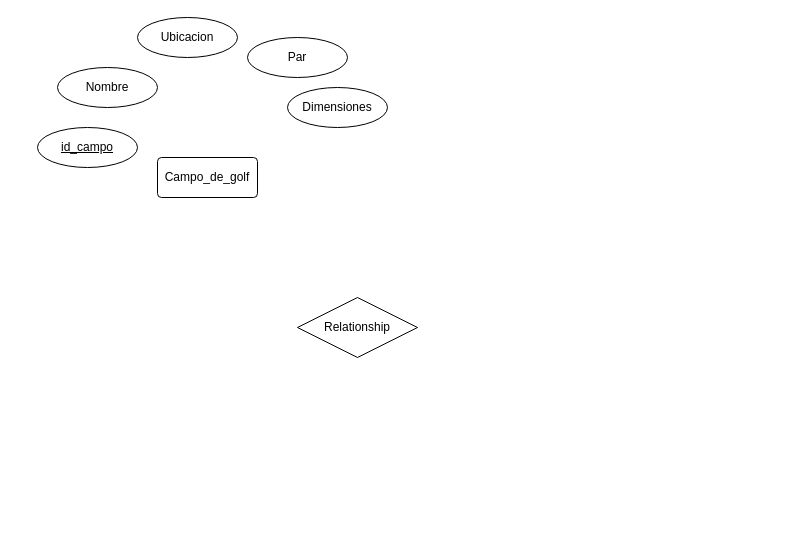
Mokius02/basesdedatos keeps this draw.io diagram as Campo_de_Golf.drawio. Above is the earlier version. Source tidied: cells renumbered, new cells numbered last; positions are measured from the earlier drawing's top-left corner, leaving out a move shared by most shapes. Both pictures are drawn from the tidied source at 100%, with x=0, y=0 at pixel (37, 17).
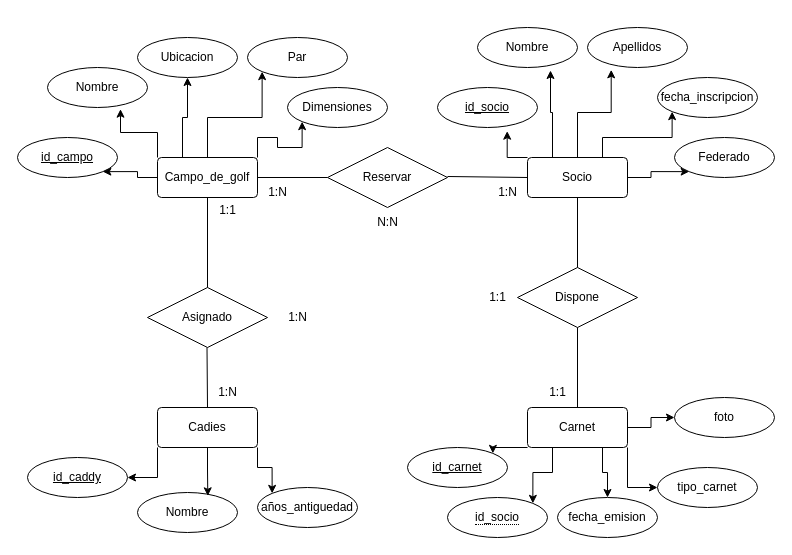
Above is the later version.

Unchanged cells that the change refers to:
```xml
<mxCell id="5" value="Campo_de_golf" style="rounded=1;arcSize=10;whiteSpace=wrap;html=1;align=center;" parent="1" vertex="1">
  <mxGeometry x="120" y="140" width="100" height="40" as="geometry" />
</mxCell>
<mxCell id="7" value="Par" style="ellipse;whiteSpace=wrap;html=1;align=center;" parent="1" vertex="1">
  <mxGeometry x="210" y="20" width="100" height="40" as="geometry" />
</mxCell>
<mxCell id="8" value="Dimensiones" style="ellipse;whiteSpace=wrap;html=1;align=center;" parent="1" vertex="1">
  <mxGeometry x="250" y="70" width="100" height="40" as="geometry" />
</mxCell>
```

What changed in the source:
```diff
@@
-    <mxCell id="2" value="Relationship" style="shape=rhombus;perimeter=rhombusPerimeter;whiteSpace=wrap;html=1;align=center;" parent="1" vertex="1">
-      <mxGeometry x="260" y="280" width="120" height="60" as="geometry" />
+    <mxCell id="2" value="Asignado" style="shape=rhombus;perimeter=rhombusPerimeter;whiteSpace=wrap;html=1;align=center;" parent="1" vertex="1">
+      <mxGeometry x="110" y="270" width="120" height="60" as="geometry" />
     </mxCell>
     <mxCell id="3" value="id_campo" style="ellipse;whiteSpace=wrap;html=1;align=center;fontStyle=4;" parent="1" vertex="1">
-      <mxGeometry y="110" width="100" height="40" as="geometry" />
+      <mxGeometry x="-20" y="120" width="100" height="40" as="geometry" />
     </mxCell>
     <mxCell id="4" value="Nombre" style="ellipse;whiteSpace=wrap;html=1;align=center;" parent="1" vertex="1">
-      <mxGeometry x="20" y="50" width="100" height="40" as="geometry" />
+      <mxGeometry x="10" y="50" width="100" height="40" as="geometry" />
     </mxCell>
+    <mxCell id="9" style="edgeStyle=orthogonalEdgeStyle;rounded=0;jettySize=auto;html=1;exitX=0;exitY=0.5;exitDx=0;exitDy=0;entryX=1;entryY=1;entryDx=0;entryDy=0;" parent="1" edge="1" source="5" target="3">
+      <mxGeometry relative="1" as="geometry" />
+    </mxCell>
+    <mxCell id="10" style="edgeStyle=orthogonalEdgeStyle;rounded=0;jettySize=auto;html=1;exitX=0.25;exitY=0;exitDx=0;exitDy=0;entryX=0.5;entryY=1;entryDx=0;entryDy=0;" parent="1" edge="1" source="5" target="6">
+      <mxGeometry relative="1" as="geometry" />
+    </mxCell>
+    <mxCell id="11" style="edgeStyle=orthogonalEdgeStyle;rounded=0;jettySize=auto;html=1;exitX=0.5;exitY=0;exitDx=0;exitDy=0;entryX=0;entryY=1;entryDx=0;entryDy=0;" parent="1" edge="1" source="5" target="7">
+      <mxGeometry relative="1" as="geometry" />
+    </mxCell>
+    <mxCell id="12" style="edgeStyle=orthogonalEdgeStyle;rounded=0;jettySize=auto;html=1;exitX=1;exitY=0;exitDx=0;exitDy=0;entryX=0;entryY=1;entryDx=0;entryDy=0;" parent="1" edge="1" source="5" target="8">
+      <mxGeometry relative="1" as="geometry" />
+    </mxCell>
@@
     <mxCell id="6" value="Ubicacion" style="ellipse;whiteSpace=wrap;html=1;align=center;" parent="1" vertex="1">
-      <mxGeometry x="100" width="100" height="40" as="geometry" />
+      <mxGeometry x="100" y="20" width="100" height="40" as="geometry" />
     </mxCell>
@@
+    <mxCell id="13" value="id_socio" style="ellipse;whiteSpace=wrap;html=1;align=center;fontStyle=4;" parent="1" vertex="1">
+      <mxGeometry x="400" y="70" width="100" height="40" as="geometry" />
+    </mxCell>
+    <mxCell id="14" value="Nombre" style="ellipse;whiteSpace=wrap;html=1;align=center;" parent="1" vertex="1">
+      <mxGeometry x="440" y="10" width="100" height="40" as="geometry" />
+    </mxCell>
+    <mxCell id="15" style="edgeStyle=orthogonalEdgeStyle;rounded=0;jettySize=auto;html=1;exitX=0.75;exitY=0;exitDx=0;exitDy=0;entryX=0;entryY=1;entryDx=0;entryDy=0;" parent="1" edge="1" source="17" target="19">
+      <mxGeometry relative="1" as="geometry" />
+    </mxCell>
+    <mxCell id="16" style="edgeStyle=orthogonalEdgeStyle;rounded=0;jettySize=auto;html=1;exitX=1;exitY=0.5;exitDx=0;exitDy=0;entryX=0;entryY=1;entryDx=0;entryDy=0;" parent="1" edge="1" source="17" target="20">
+      <mxGeometry relative="1" as="geometry" />
+    </mxCell>
+    <mxCell id="17" value="Socio" style="rounded=1;arcSize=10;whiteSpace=wrap;html=1;align=center;" parent="1" vertex="1">
+      <mxGeometry x="490" y="140" width="100" height="40" as="geometry" />
+    </mxCell>
+    <mxCell id="18" value="Apellidos" style="ellipse;whiteSpace=wrap;html=1;align=center;" parent="1" vertex="1">
+      <mxGeometry x="550" y="10" width="100" height="40" as="geometry" />
+    </mxCell>
+    <mxCell id="19" value="fecha_inscripcion" style="ellipse;whiteSpace=wrap;html=1;align=center;" parent="1" vertex="1">
+      <mxGeometry x="620" y="60" width="100" height="40" as="geometry" />
+    </mxCell>
+    <mxCell id="20" value="Federado" style="ellipse;whiteSpace=wrap;html=1;align=center;" parent="1" vertex="1">
+      <mxGeometry x="637" y="120" width="100" height="40" as="geometry" />
+    </mxCell>
+    <mxCell id="21" value="id_carnet" style="ellipse;whiteSpace=wrap;html=1;align=center;fontStyle=4;" parent="1" vertex="1">
+      <mxGeometry x="370" y="430" width="100" height="40" as="geometry" />
+    </mxCell>
+    <mxCell id="22" style="edgeStyle=orthogonalEdgeStyle;rounded=0;jettySize=auto;html=1;exitX=1;exitY=0.5;exitDx=0;exitDy=0;" parent="1" edge="1" source="27" target="30">
+      <mxGeometry relative="1" as="geometry" />
+    </mxCell>
+    <mxCell id="23" style="edgeStyle=orthogonalEdgeStyle;rounded=0;jettySize=auto;html=1;exitX=1;exitY=1;exitDx=0;exitDy=0;entryX=0;entryY=0.5;entryDx=0;entryDy=0;" parent="1" edge="1" source="27" target="29">
+      <mxGeometry relative="1" as="geometry" />
+    </mxCell>
+    <mxCell id="24" style="edgeStyle=orthogonalEdgeStyle;rounded=0;jettySize=auto;html=1;exitX=0.75;exitY=1;exitDx=0;exitDy=0;entryX=0.5;entryY=0;entryDx=0;entryDy=0;" parent="1" edge="1" source="27" target="28">
+      <mxGeometry relative="1" as="geometry" />
+    </mxCell>
+    <mxCell id="25" style="edgeStyle=orthogonalEdgeStyle;rounded=0;jettySize=auto;html=1;exitX=0.25;exitY=1;exitDx=0;exitDy=0;entryX=1;entryY=0;entryDx=0;entryDy=0;" parent="1" edge="1" source="27" target="31">
+      <mxGeometry relative="1" as="geometry" />
+    </mxCell>
+    <mxCell id="26" style="edgeStyle=orthogonalEdgeStyle;rounded=0;jettySize=auto;html=1;exitX=0;exitY=1;exitDx=0;exitDy=0;entryX=1;entryY=0;entryDx=0;entryDy=0;" parent="1" edge="1" source="27" target="21">
+      <mxGeometry relative="1" as="geometry" />
+    </mxCell>
+    <mxCell id="27" value="Carnet" style="rounded=1;arcSize=10;whiteSpace=wrap;html=1;align=center;" parent="1" vertex="1">
+      <mxGeometry x="490" y="390" width="100" height="40" as="geometry" />
+    </mxCell>
+    <mxCell id="28" value="fecha_emision" style="ellipse;whiteSpace=wrap;html=1;align=center;" parent="1" vertex="1">
+      <mxGeometry x="520" y="480" width="100" height="40" as="geometry" />
+    </mxCell>
+    <mxCell id="29" value="tipo_carnet" style="ellipse;whiteSpace=wrap;html=1;align=center;" parent="1" vertex="1">
+      <mxGeometry x="620" y="450" width="100" height="40" as="geometry" />
+    </mxCell>
+    <mxCell id="30" value="foto" style="ellipse;whiteSpace=wrap;html=1;align=center;" parent="1" vertex="1">
+      <mxGeometry x="637" y="380" width="100" height="40" as="geometry" />
+    </mxCell>
+    <mxCell id="31" value="&lt;span style=&quot;border-bottom: 1px dotted&quot;&gt;id_socio&lt;/span&gt;" style="ellipse;whiteSpace=wrap;html=1;align=center;" parent="1" vertex="1">
+      <mxGeometry x="410" y="480" width="100" height="40" as="geometry" />
+    </mxCell>
+    <mxCell id="32" value="id_caddy" style="ellipse;whiteSpace=wrap;html=1;align=center;fontStyle=4;" parent="1" vertex="1">
+      <mxGeometry x="-10" y="440" width="100" height="40" as="geometry" />
+    </mxCell>
+    <mxCell id="33" style="edgeStyle=orthogonalEdgeStyle;rounded=0;jettySize=auto;html=1;exitX=1;exitY=1;exitDx=0;exitDy=0;entryX=0;entryY=0;entryDx=0;entryDy=0;" parent="1" edge="1" source="35" target="37">
+      <mxGeometry relative="1" as="geometry" />
+    </mxCell>
+    <mxCell id="34" style="edgeStyle=orthogonalEdgeStyle;rounded=0;jettySize=auto;html=1;exitX=0;exitY=1;exitDx=0;exitDy=0;entryX=1;entryY=0.5;entryDx=0;entryDy=0;" parent="1" edge="1" source="35" target="32">
+      <mxGeometry relative="1" as="geometry" />
+    </mxCell>
+    <mxCell id="35" value="Cadies" style="rounded=1;arcSize=10;whiteSpace=wrap;html=1;align=center;" parent="1" vertex="1">
+      <mxGeometry x="120" y="390" width="100" height="40" as="geometry" />
+    </mxCell>
+    <mxCell id="36" value="Nombre" style="ellipse;whiteSpace=wrap;html=1;align=center;" parent="1" vertex="1">
+      <mxGeometry x="100" y="475" width="100" height="40" as="geometry" />
+    </mxCell>
+    <mxCell id="37" value="años_antiguedad" style="ellipse;whiteSpace=wrap;html=1;align=center;" parent="1" vertex="1">
+      <mxGeometry x="220" y="470" width="100" height="40" as="geometry" />
+    </mxCell>
+    <mxCell id="38" value="Reservar" style="shape=rhombus;perimeter=rhombusPerimeter;whiteSpace=wrap;html=1;align=center;" parent="1" vertex="1">
+      <mxGeometry x="290" y="130" width="120" height="60" as="geometry" />
+    </mxCell>
+    <mxCell id="39" value="Dispone" style="shape=rhombus;perimeter=rhombusPerimeter;whiteSpace=wrap;html=1;align=center;" parent="1" vertex="1">
+      <mxGeometry x="480" y="250" width="120" height="60" as="geometry" />
+    </mxCell>
+    <mxCell id="40" style="edgeStyle=orthogonalEdgeStyle;rounded=0;jettySize=auto;html=1;exitX=0;exitY=0;exitDx=0;exitDy=0;entryX=0.73;entryY=1.042;entryDx=0;entryDy=0;entryPerimeter=0;" parent="1" edge="1" source="5" target="4">
+      <mxGeometry relative="1" as="geometry" />
+    </mxCell>
+    <mxCell id="41" style="edgeStyle=orthogonalEdgeStyle;rounded=0;jettySize=auto;html=1;exitX=0;exitY=0;exitDx=0;exitDy=0;entryX=0.697;entryY=1.092;entryDx=0;entryDy=0;entryPerimeter=0;" parent="1" edge="1" source="17" target="13">
+      <mxGeometry relative="1" as="geometry" />
+    </mxCell>
+    <mxCell id="42" style="edgeStyle=orthogonalEdgeStyle;rounded=0;jettySize=auto;html=1;exitX=0.25;exitY=0;exitDx=0;exitDy=0;entryX=0.73;entryY=1.075;entryDx=0;entryDy=0;entryPerimeter=0;" parent="1" edge="1" source="17" target="14">
+      <mxGeometry relative="1" as="geometry" />
+    </mxCell>
+    <mxCell id="43" style="edgeStyle=orthogonalEdgeStyle;rounded=0;jettySize=auto;html=1;exitX=0.5;exitY=0;exitDx=0;exitDy=0;entryX=0.237;entryY=1.058;entryDx=0;entryDy=0;entryPerimeter=0;" parent="1" edge="1" source="17" target="18">
+      <mxGeometry relative="1" as="geometry" />
+    </mxCell>
+    <mxCell id="44" style="edgeStyle=orthogonalEdgeStyle;rounded=0;jettySize=auto;html=1;exitX=0.5;exitY=1;exitDx=0;exitDy=0;entryX=0.703;entryY=0.083;entryDx=0;entryDy=0;entryPerimeter=0;" parent="1" edge="1" source="35" target="36">
+      <mxGeometry relative="1" as="geometry" />
+    </mxCell>
+    <mxCell id="45" style="endArrow=none;html=1;rounded=0;exitX=1;exitY=0.5;exitDx=0;exitDy=0;" parent="1" edge="1" source="5" target="38">
+      <mxGeometry relative="1" as="geometry" />
+    </mxCell>
+    <mxCell id="46" style="endArrow=none;html=1;rounded=0;exitX=1;exitY=0.5;exitDx=0;exitDy=0;entryX=0;entryY=0.5;entryDx=0;entryDy=0;" parent="1" edge="1" target="17">
+      <mxGeometry relative="1" as="geometry">
+        <mxPoint x="410" y="159" as="sourcePoint" />
+      </mxGeometry>
+    </mxCell>
+    <mxCell id="47" style="endArrow=none;html=1;rounded=0;exitX=0.5;exitY=1;exitDx=0;exitDy=0;entryX=0.5;entryY=0;entryDx=0;entryDy=0;" parent="1" edge="1" source="17" target="39">
+      <mxGeometry relative="1" as="geometry" />
+    </mxCell>
+    <mxCell id="48" style="endArrow=none;html=1;rounded=0;exitX=0.5;exitY=0;exitDx=0;exitDy=0;entryX=0.5;entryY=1;entryDx=0;entryDy=0;" parent="1" edge="1" source="27" target="39">
+      <mxGeometry relative="1" as="geometry" />
+    </mxCell>
+    <mxCell id="49" style="endArrow=none;html=1;rounded=0;entryX=0.5;entryY=1;entryDx=0;entryDy=0;" parent="1" edge="1">
+      <mxGeometry relative="1" as="geometry">
+        <mxPoint x="170" y="390" as="sourcePoint" />
+        <mxPoint x="169.5" y="330" as="targetPoint" />
+      </mxGeometry>
+    </mxCell>
+    <mxCell id="50" style="endArrow=none;html=1;rounded=0;entryX=0.5;entryY=1;entryDx=0;entryDy=0;exitX=0.5;exitY=0;exitDx=0;exitDy=0;" parent="1" edge="1" source="2" target="5">
+      <mxGeometry relative="1" as="geometry" />
+    </mxCell>
+    <mxCell id="51" value="1:1" style="text;html=1;align=center;verticalAlign=middle;strokeColor=none;fillColor=none;" parent="1" vertex="1">
+      <mxGeometry x="170" y="178" width="40" height="30" as="geometry" />
+    </mxCell>
+    <mxCell id="52" value="1:N" style="text;html=1;align=center;verticalAlign=middle;strokeColor=none;fillColor=none;" parent="1" vertex="1">
+      <mxGeometry x="170" y="360" width="40" height="30" as="geometry" />
+    </mxCell>
+    <mxCell id="53" value="1:N" style="text;html=1;align=center;verticalAlign=middle;strokeColor=none;fillColor=none;" parent="1" vertex="1">
+      <mxGeometry x="240" y="285" width="40" height="30" as="geometry" />
+    </mxCell>
+    <mxCell id="54" value="1:N" style="text;html=1;align=center;verticalAlign=middle;strokeColor=none;fillColor=none;" parent="1" vertex="1">
+      <mxGeometry x="220" y="160" width="40" height="30" as="geometry" />
+    </mxCell>
+    <mxCell id="55" value="N:N" style="text;html=1;align=center;verticalAlign=middle;strokeColor=none;fillColor=none;" parent="1" vertex="1">
+      <mxGeometry x="330" y="190" width="40" height="30" as="geometry" />
+    </mxCell>
+    <mxCell id="56" value="1:N" style="text;html=1;align=center;verticalAlign=middle;strokeColor=none;fillColor=none;" parent="1" vertex="1">
+      <mxGeometry x="450" y="160" width="40" height="30" as="geometry" />
+    </mxCell>
+    <mxCell id="57" value="1:1" style="text;html=1;align=center;verticalAlign=middle;strokeColor=none;fillColor=none;" parent="1" vertex="1">
+      <mxGeometry x="440" y="265" width="40" height="30" as="geometry" />
+    </mxCell>
+    <mxCell id="58" value="1:1" style="text;html=1;align=center;verticalAlign=middle;strokeColor=none;fillColor=none;" parent="1" vertex="1">
+      <mxGeometry x="500" y="360" width="40" height="30" as="geometry" />
+    </mxCell>
```
